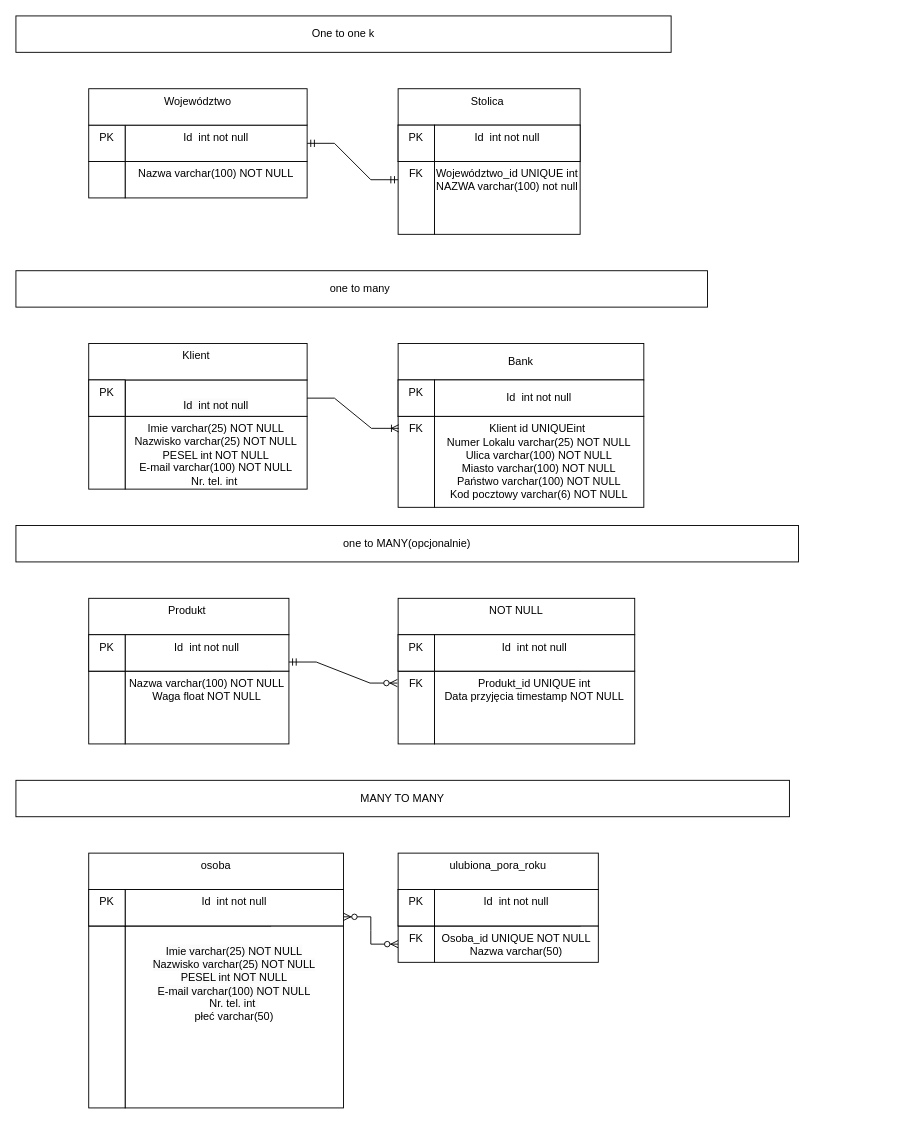
Before: Diagram bez tytułu.drawio in DarkTemplar1/rbd_lab_tasks, a draw.io diagram. Source tidied: cells renumbered, new cells numbered last; positions are measured from the earlier drawing's top-left corner, leaving out a move shared by most shapes. Both pictures are drawn from the tidied source at 91%, with x=0, y=0 at pixel (15, 15).
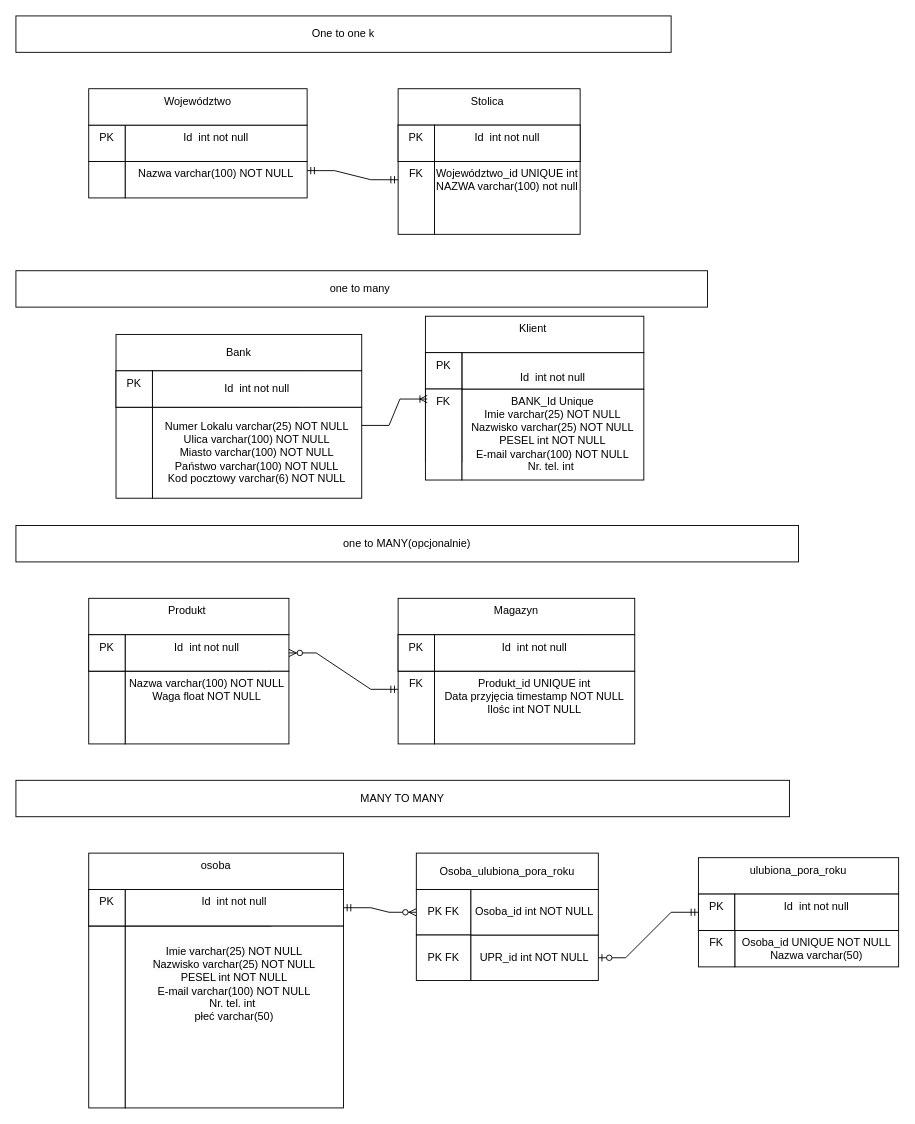
The same page after the edit.

Unchanged cells that the change refers to:
```xml
<mxCell id="2" value="Nazwa varchar(100) NOT NULL" style="rounded=0;whiteSpace=wrap;html=1;verticalAlign=top;" parent="1" vertex="1">
  <mxGeometry x="120" y="160" width="200" height="40" as="geometry" />
</mxCell>
<mxCell id="8" value="FK" style="rounded=0;whiteSpace=wrap;html=1;verticalAlign=top;" parent="1" vertex="1">
  <mxGeometry x="420" y="160" width="40" height="80" as="geometry" />
</mxCell>
<mxCell id="30" value="FK" style="rounded=0;whiteSpace=wrap;html=1;verticalAlign=top;" parent="1" vertex="1">
  <mxGeometry x="420" y="720" width="40" height="80" as="geometry" />
</mxCell>
<mxCell id="52" value="Id&amp;nbsp; int not null" style="rounded=0;whiteSpace=wrap;html=1;verticalAlign=top;" parent="1" vertex="1">
  <mxGeometry x="120" y="680" width="180" height="40" as="geometry" />
</mxCell>
<mxCell id="60" value="Id&amp;nbsp; int not null" style="rounded=0;whiteSpace=wrap;html=1;verticalAlign=top;" parent="1" vertex="1">
  <mxGeometry x="120" y="960" width="240" height="40" as="geometry" />
</mxCell>
```

The edit, as a diff of the source:
```diff
@@
-    <mxCell id="13" value="Imie varchar(25) NOT NULL&lt;br&gt;Nazwisko varchar(25) NOT NULL&lt;br&gt;PESEL int NOT NULL&lt;br&gt;E-mail varchar(100) NOT NULL&lt;br&gt;Nr. tel. int&amp;nbsp;" style="rounded=0;whiteSpace=wrap;html=1;verticalAlign=top;" parent="1" vertex="1">
-      <mxGeometry x="120" y="440" width="200" height="80" as="geometry" />
+    <mxCell id="13" value="BANK_Id Unique&lt;br&gt;Imie varchar(25) NOT NULL&lt;br&gt;Nazwisko varchar(25) NOT NULL&lt;br&gt;PESEL int NOT NULL&lt;br&gt;E-mail varchar(100) NOT NULL&lt;br&gt;Nr. tel. int&amp;nbsp;" style="rounded=0;whiteSpace=wrap;html=1;verticalAlign=top;" parent="1" vertex="1">
+      <mxGeometry x="490" y="410" width="200" height="100" as="geometry" />
     </mxCell>
     <mxCell id="14" style="rounded=0;whiteSpace=wrap;html=1;verticalAlign=top;" parent="1" vertex="1">
-      <mxGeometry x="80" y="440" width="40" height="80" as="geometry" />
+      <mxGeometry x="450" y="410" width="40" height="80" as="geometry" />
     </mxCell>
     <mxCell id="15" value="&#10;&lt;span style=&quot;color: rgb(0, 0, 0); font-family: Helvetica; font-size: 12px; font-style: normal; font-variant-ligatures: normal; font-variant-caps: normal; font-weight: 400; letter-spacing: normal; orphans: 2; text-align: center; text-indent: 0px; text-transform: none; widows: 2; word-spacing: 0px; -webkit-text-stroke-width: 0px; background-color: rgb(251, 251, 251); text-decoration-thickness: initial; text-decoration-style: initial; text-decoration-color: initial; float: none; display: inline !important;&quot;&gt;Id&amp;nbsp; int not null&lt;/span&gt;&#10;&#10;" style="rounded=0;whiteSpace=wrap;html=1;verticalAlign=top;" parent="1" vertex="1">
-      <mxGeometry x="120" y="400" width="200" height="40" as="geometry" />
+      <mxGeometry x="490" y="370" width="200" height="40" as="geometry" />
     </mxCell>
     <mxCell id="16" style="rounded=0;whiteSpace=wrap;html=1;verticalAlign=top;" parent="1" vertex="1">
-      <mxGeometry x="80" y="400" width="40" height="40" as="geometry" />
+      <mxGeometry x="450" y="370" width="40" height="40" as="geometry" />
     </mxCell>
     <mxCell id="17" value="Klient&amp;nbsp;" style="rounded=0;whiteSpace=wrap;html=1;verticalAlign=top;" parent="1" vertex="1">
-      <mxGeometry x="80" y="360" width="240" height="40" as="geometry" />
+      <mxGeometry x="450" y="330" width="240" height="40" as="geometry" />
     </mxCell>
-    <mxCell id="18" value="Klient id UNIQUEint&amp;nbsp;&lt;br&gt;Numer Lokalu varchar(25) NOT NULL&lt;br&gt;Ulica varchar(100) NOT NULL&lt;br&gt;Miasto varchar(100) NOT NULL&lt;br&gt;Państwo varchar(100) NOT NULL&lt;br&gt;Kod pocztowy varchar(6) NOT NULL" style="rounded=0;whiteSpace=wrap;html=1;" parent="1" vertex="1">
-      <mxGeometry x="460" y="440" width="230" height="100" as="geometry" />
+    <mxCell id="18" value="Numer Lokalu varchar(25) NOT NULL&lt;br&gt;Ulica varchar(100) NOT NULL&lt;br&gt;Miasto varchar(100) NOT NULL&lt;br&gt;Państwo varchar(100) NOT NULL&lt;br&gt;Kod pocztowy varchar(6) NOT NULL" style="rounded=0;whiteSpace=wrap;html=1;" parent="1" vertex="1">
+      <mxGeometry x="150" y="430" width="230" height="100" as="geometry" />
     </mxCell>
-    <mxCell id="19" value="FK" style="rounded=0;whiteSpace=wrap;html=1;verticalAlign=top;" parent="1" vertex="1">
-      <mxGeometry x="420" y="440" width="40" height="100" as="geometry" />
+    <mxCell id="19" style="rounded=0;whiteSpace=wrap;html=1;verticalAlign=top;" parent="1" vertex="1">
+      <mxGeometry x="110" y="430" width="40" height="100" as="geometry" />
     </mxCell>
     <mxCell id="20" style="rounded=0;whiteSpace=wrap;html=1;verticalAlign=top;" parent="1" vertex="1">
-      <mxGeometry x="460" y="400" width="160" height="40" as="geometry" />
+      <mxGeometry x="150" y="390" width="160" height="40" as="geometry" />
     </mxCell>
     <mxCell id="21" style="rounded=0;whiteSpace=wrap;html=1;verticalAlign=top;" parent="1" vertex="1">
-      <mxGeometry x="420" y="400" width="40" height="40" as="geometry" />
+      <mxGeometry x="110" y="390" width="40" height="40" as="geometry" />
     </mxCell>
     <mxCell id="22" value="Bank" style="rounded=0;whiteSpace=wrap;html=1;" parent="1" vertex="1">
-      <mxGeometry x="420" y="360" width="270" height="40" as="geometry" />
+      <mxGeometry x="110" y="350" width="270" height="40" as="geometry" />
     </mxCell>
@@
-    <mxCell id="29" value="Produkt_id UNIQUE int&lt;br&gt;Data przyjęcia timestamp NOT NULL" style="rounded=0;whiteSpace=wrap;html=1;verticalAlign=top;" parent="1" vertex="1">
+    <mxCell id="29" value="Produkt_id UNIQUE int&lt;br&gt;Data przyjęcia timestamp NOT NULL&lt;br&gt;Ilośc int NOT NULL" style="rounded=0;whiteSpace=wrap;html=1;verticalAlign=top;" parent="1" vertex="1">
       <mxGeometry x="460" y="720" width="220" height="80" as="geometry" />
     </mxCell>
@@
-    <mxCell id="33" value="NOT NULL" style="rounded=0;whiteSpace=wrap;html=1;verticalAlign=top;" parent="1" vertex="1">
+    <mxCell id="33" value="Magazyn" style="rounded=0;whiteSpace=wrap;html=1;verticalAlign=top;" parent="1" vertex="1">
       <mxGeometry x="420" y="640" width="260" height="40" as="geometry" />
     </mxCell>
@@
     <mxCell id="39" value="Osoba_id UNIQUE NOT NULL&lt;br&gt;Nazwa varchar(50)" style="rounded=0;whiteSpace=wrap;html=1;verticalAlign=top;" parent="1" vertex="1">
-      <mxGeometry x="460" y="1000" width="180" height="40" as="geometry" />
+      <mxGeometry x="790" y="1005" width="180" height="40" as="geometry" />
     </mxCell>
     <mxCell id="40" value="FK&lt;br&gt;" style="rounded=0;whiteSpace=wrap;html=1;verticalAlign=top;" parent="1" vertex="1">
-      <mxGeometry x="420" y="1000" width="40" height="40" as="geometry" />
+      <mxGeometry x="750" y="1005" width="40" height="40" as="geometry" />
     </mxCell>
     <mxCell id="41" style="rounded=0;whiteSpace=wrap;html=1;verticalAlign=top;" parent="1" vertex="1">
-      <mxGeometry x="460" y="960" width="160" height="40" as="geometry" />
+      <mxGeometry x="790" y="965" width="160" height="40" as="geometry" />
     </mxCell>
     <mxCell id="42" style="rounded=0;whiteSpace=wrap;html=1;verticalAlign=top;" parent="1" vertex="1">
-      <mxGeometry x="420" y="960" width="40" height="40" as="geometry" />
+      <mxGeometry x="750" y="965" width="40" height="40" as="geometry" />
     </mxCell>
     <mxCell id="43" value="ulubiona_pora_roku" style="rounded=0;whiteSpace=wrap;html=1;verticalAlign=top;" parent="1" vertex="1">
-      <mxGeometry x="420" y="920" width="220" height="40" as="geometry" />
+      <mxGeometry x="750" y="925" width="220" height="40" as="geometry" />
     </mxCell>
@@
-    <mxCell id="48" style="edgeStyle=entityRelationEdgeStyle;fontSize=12;html=1;endArrow=ERmandOne;startArrow=ERmandOne;rounded=0;entryX=0;entryY=0.25;entryDx=0;entryDy=0;verticalAlign=top;" parent="1" edge="1" target="8">
-      <mxGeometry relative="1" as="geometry">
-        <mxPoint x="320" y="140" as="sourcePoint" />
-      </mxGeometry>
-    </mxCell>
-    <mxCell id="49" style="edgeStyle=entityRelationEdgeStyle;fontSize=12;html=1;endArrow=ERoneToMany;rounded=0;exitX=1;exitY=0.5;exitDx=0;exitDy=0;entryX=0.017;entryY=0.132;entryDx=0;entryDy=0;entryPerimeter=0;verticalAlign=top;" parent="1" edge="1" source="15" target="19">
-      <mxGeometry relative="1" as="geometry" />
-    </mxCell>
     <mxCell id="50" value="PK" style="rounded=0;whiteSpace=wrap;html=1;verticalAlign=top;" parent="1" vertex="1">
-      <mxGeometry x="420" y="400" width="40" height="40" as="geometry" />
+      <mxGeometry x="110" y="390" width="40" height="40" as="geometry" />
     </mxCell>
     <mxCell id="51" value="PK" style="rounded=0;whiteSpace=wrap;html=1;verticalAlign=top;" parent="1" vertex="1">
-      <mxGeometry x="80" y="400" width="40" height="40" as="geometry" />
+      <mxGeometry x="450" y="370" width="40" height="40" as="geometry" />
     </mxCell>
@@
     <mxCell id="53" value="Id&amp;nbsp; int not null" style="rounded=0;whiteSpace=wrap;html=1;" parent="1" vertex="1">
-      <mxGeometry x="460" y="400" width="230" height="40" as="geometry" />
+      <mxGeometry x="150" y="390" width="230" height="40" as="geometry" />
     </mxCell>
@@
-    <mxCell id="57" style="edgeStyle=entityRelationEdgeStyle;fontSize=12;html=1;endArrow=ERzeroToMany;startArrow=ERmandOne;rounded=0;entryX=-0.021;entryY=0.164;entryDx=0;entryDy=0;entryPerimeter=0;exitX=1;exitY=0.75;exitDx=0;exitDy=0;verticalAlign=top;" parent="1" edge="1" source="52" target="30">
-      <mxGeometry relative="1" as="geometry" />
-    </mxCell>
     <mxCell id="58" value="PK" style="rounded=0;whiteSpace=wrap;html=1;verticalAlign=top;" parent="1" vertex="1">
-      <mxGeometry x="420" y="960" width="40" height="40" as="geometry" />
+      <mxGeometry x="750" y="965" width="40" height="40" as="geometry" />
     </mxCell>
     <mxCell id="59" value="Id&amp;nbsp; int not null" style="rounded=0;whiteSpace=wrap;html=1;verticalAlign=top;" parent="1" vertex="1">
-      <mxGeometry x="460" y="960" width="180" height="40" as="geometry" />
+      <mxGeometry x="790" y="965" width="180" height="40" as="geometry" />
     </mxCell>
@@
-    <mxCell id="62" style="edgeStyle=entityRelationEdgeStyle;fontSize=12;html=1;endArrow=ERzeroToMany;endFill=1;startArrow=ERzeroToMany;rounded=0;exitX=1;exitY=0.75;exitDx=0;exitDy=0;" parent="1" edge="1" source="60">
-      <mxGeometry relative="1" as="geometry">
-        <mxPoint x="420" y="1020" as="targetPoint" />
-      </mxGeometry>
-    </mxCell>
+    <mxCell id="63" style="edgeStyle=entityRelationEdgeStyle;fontSize=12;html=1;endArrow=ERmandOne;startArrow=ERmandOne;rounded=0;exitX=1;exitY=0.25;exitDx=0;exitDy=0;entryX=0;entryY=0.25;entryDx=0;entryDy=0;" parent="1" edge="1" source="2" target="8">
+      <mxGeometry relative="1" as="geometry" />
+    </mxCell>
+    <mxCell id="64" value="FK" style="rounded=0;whiteSpace=wrap;html=1;verticalAlign=top;" parent="1" vertex="1">
+      <mxGeometry x="450" y="410" width="40" height="100" as="geometry" />
+    </mxCell>
+    <mxCell id="65" style="edgeStyle=entityRelationEdgeStyle;fontSize=12;html=1;endArrow=ERoneToMany;rounded=0;" parent="1" edge="1">
+      <mxGeometry relative="1" as="geometry">
+        <mxPoint x="380" y="450" as="sourcePoint" />
+        <mxPoint x="452" y="421" as="targetPoint" />
+      </mxGeometry>
+    </mxCell>
+    <mxCell id="66" style="edgeStyle=entityRelationEdgeStyle;fontSize=12;html=1;endArrow=ERzeroToMany;startArrow=ERmandOne;rounded=0;entryX=1;entryY=0.5;entryDx=0;entryDy=0;exitX=0;exitY=0.25;exitDx=0;exitDy=0;" parent="1" edge="1" source="30" target="52">
+      <mxGeometry relative="1" as="geometry" />
+    </mxCell>
+    <mxCell id="67" value="Osoba_ulubiona_pora_roku" style="rounded=0;whiteSpace=wrap;html=1;" parent="1" vertex="1">
+      <mxGeometry x="440" y="920" width="200" height="40" as="geometry" />
+    </mxCell>
+    <mxCell id="68" value="PK FK" style="rounded=0;whiteSpace=wrap;html=1;" parent="1" vertex="1">
+      <mxGeometry x="440" y="960" width="60" height="50" as="geometry" />
+    </mxCell>
+    <mxCell id="69" value="PK FK" style="rounded=0;whiteSpace=wrap;html=1;" parent="1" vertex="1">
+      <mxGeometry x="440" y="1010" width="60" height="50" as="geometry" />
+    </mxCell>
+    <mxCell id="70" value="UPR_id int NOT NULL" style="rounded=0;whiteSpace=wrap;html=1;" parent="1" vertex="1">
+      <mxGeometry x="500" y="1010" width="140" height="50" as="geometry" />
+    </mxCell>
+    <mxCell id="71" value="Osoba_id int NOT NULL" style="rounded=0;whiteSpace=wrap;html=1;" parent="1" vertex="1">
+      <mxGeometry x="500" y="960" width="140" height="50" as="geometry" />
+    </mxCell>
+    <mxCell id="72" style="edgeStyle=entityRelationEdgeStyle;fontSize=12;html=1;endArrow=ERzeroToMany;startArrow=ERmandOne;rounded=0;exitX=1;exitY=0.5;exitDx=0;exitDy=0;entryX=0;entryY=0.5;entryDx=0;entryDy=0;" parent="1" edge="1" source="60" target="68">
+      <mxGeometry relative="1" as="geometry" />
+    </mxCell>
+    <mxCell id="73" style="edgeStyle=entityRelationEdgeStyle;fontSize=12;html=1;endArrow=ERzeroToOne;startArrow=ERmandOne;rounded=0;exitX=0;exitY=0.5;exitDx=0;exitDy=0;entryX=1;entryY=0.5;entryDx=0;entryDy=0;" parent="1" edge="1" source="58" target="70">
+      <mxGeometry relative="1" as="geometry" />
+    </mxCell>
```
